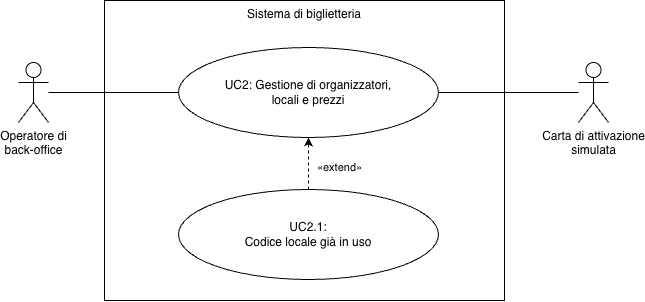
Above: img/diagrams/uc-2.png in Leddosja/thesis-EdisHodja (draw.io), before the change. Source tidied: cells renumbered, new cells last; positions are measured from the earlier drawing's top-left corner, leaving out a move shared by most shapes.
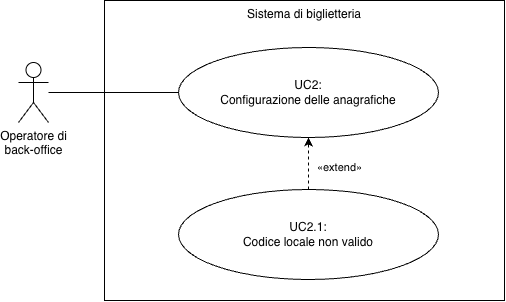
The same diagram one commit later.

Change to the diagram source:
```diff
@@ -5,7 +5,7 @@
     <mxCell id="2" value="Sistema di biglietteria" style="rounded=0;whiteSpace=wrap;html=1;fillColor=default;verticalAlign=top;" parent="1" vertex="1">
       <mxGeometry x="86" width="400" height="300" as="geometry" />
     </mxCell>
-    <mxCell id="3" value="UC2: Gestione di organizzatori, &lt;br&gt;locali e prezzi" style="ellipse;whiteSpace=wrap;html=1;rounded=0;strokeColor=default;align=center;verticalAlign=middle;fontFamily=Helvetica;fontSize=12;fontColor=default;fillColor=default;" parent="1" vertex="1">
+    <mxCell id="3" value="UC2:&lt;br&gt;Configurazione delle anagrafiche" style="ellipse;whiteSpace=wrap;html=1;rounded=0;strokeColor=default;align=center;verticalAlign=middle;fontFamily=Helvetica;fontSize=12;fontColor=default;fillColor=default;" parent="1" vertex="1">
       <mxGeometry x="160" y="47" width="260" height="90" as="geometry" />
     </mxCell>
     <mxCell id="4" style="edgeStyle=none;html=1;entryX=0;entryY=0.5;entryDx=0;entryDy=0;endArrow=none;endFill=0;" parent="1" edge="1" source="5" target="3">
@@ -14,15 +14,7 @@
     <mxCell id="5" value="Operatore di&lt;br&gt;back-office" style="shape=umlActor;verticalLabelPosition=bottom;verticalAlign=top;html=1;rounded=0;strokeColor=default;align=center;fontFamily=Helvetica;fontSize=12;fontColor=default;fillColor=default;" parent="1" vertex="1">
       <mxGeometry y="62" width="30" height="60" as="geometry" />
     </mxCell>
-    <mxCell id="6" style="edgeStyle=none;html=1;entryX=1;entryY=0.5;entryDx=0;entryDy=0;endArrow=none;endFill=0;verticalAlign=middle;" parent="1" edge="1" source="7">
-      <mxGeometry relative="1" as="geometry">
-        <mxPoint x="420" y="92" as="targetPoint" />
-      </mxGeometry>
-    </mxCell>
-    <mxCell id="7" value="Carta di attivazione&lt;br&gt;simulata" style="shape=umlActor;verticalLabelPosition=bottom;verticalAlign=top;html=1;rounded=0;strokeColor=default;align=center;fontFamily=Helvetica;fontSize=12;fontColor=default;fillColor=default;" parent="1" vertex="1">
-      <mxGeometry x="560" y="62" width="30" height="60" as="geometry" />
-    </mxCell>
-    <mxCell id="8" value="UC2.1:&lt;br&gt;Codice locale già in uso" style="ellipse;whiteSpace=wrap;html=1;rounded=0;strokeColor=default;align=center;verticalAlign=middle;fontFamily=Helvetica;fontSize=12;fontColor=default;fillColor=default;" parent="1" vertex="1">
+    <mxCell id="8" value="UC2.1:&lt;br&gt;Codice locale non valido" style="ellipse;whiteSpace=wrap;html=1;rounded=0;strokeColor=default;align=center;verticalAlign=middle;fontFamily=Helvetica;fontSize=12;fontColor=default;fillColor=default;" parent="1" vertex="1">
       <mxGeometry x="160" y="189" width="260" height="90" as="geometry" />
     </mxCell>
     <mxCell id="9" style="edgeStyle=none;html=1;dashed=1;entryX=0.5;entryY=1;entryDx=0;entryDy=0;exitX=0.5;exitY=0;exitDx=0;exitDy=0;" parent="1" edge="1" source="8" target="3">
```
